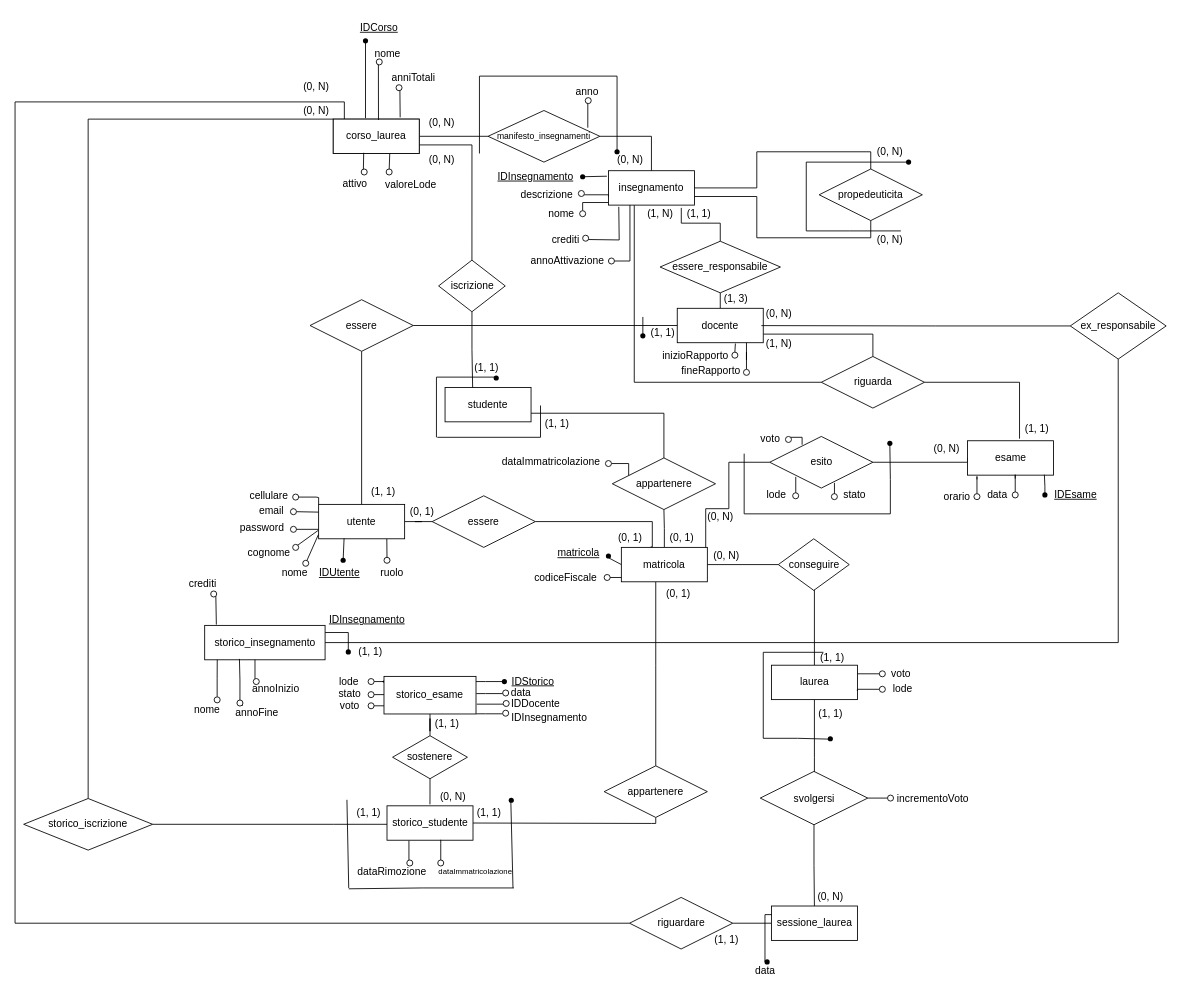
Earlier version of the draw.io diagram page "ER Ristrutturato" (2 of 2) of progetto/db/uni.drawio (michelebolis/UniversityExamSystem). Source tidied: cells renumbered, new cells numbered last; positions are measured from the earlier drawing's top-left corner, leaving out a move shared by most shapes. Both pictures are drawn from the tidied source at 86%, with x=0, y=0 at pixel (15, 15).
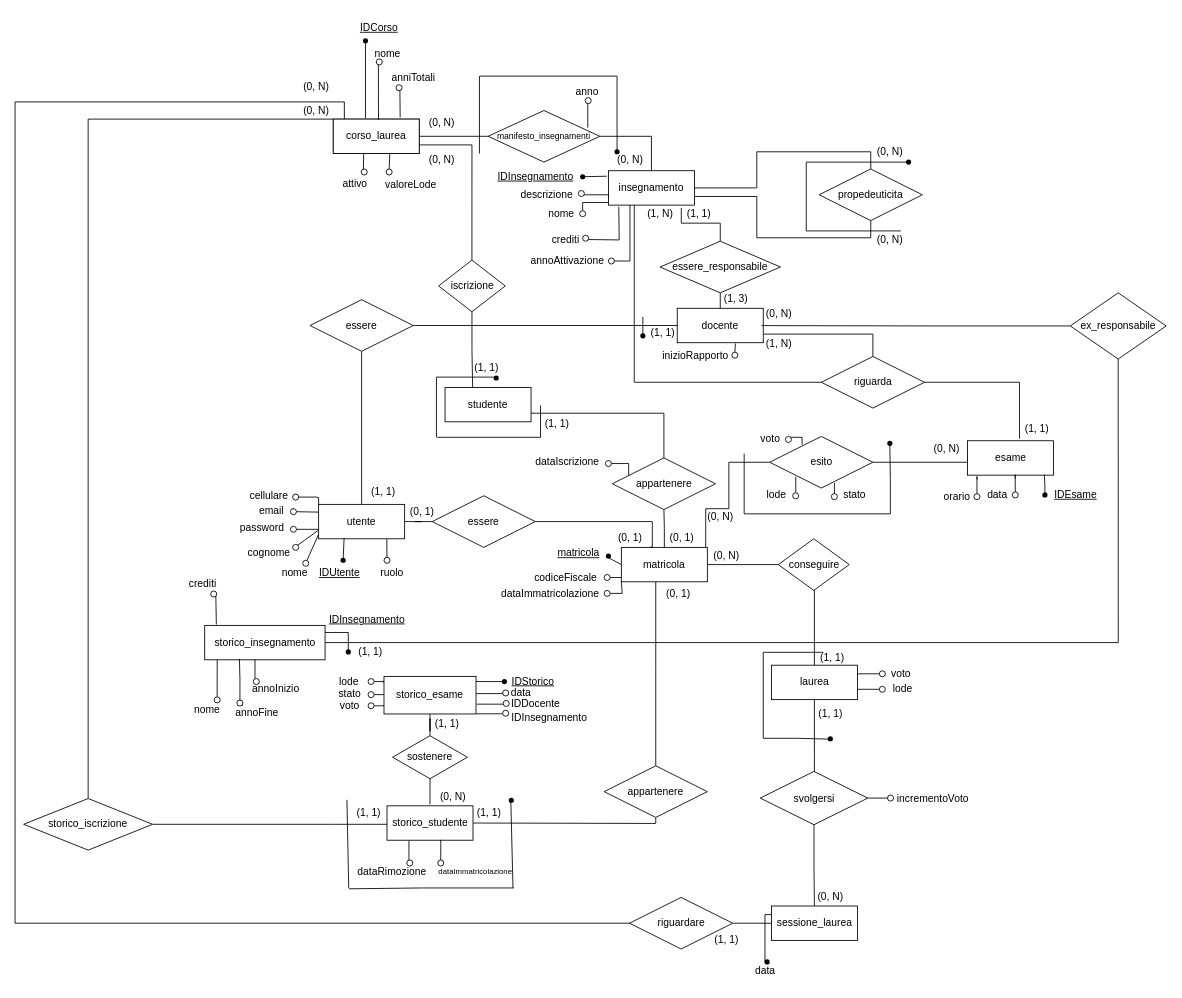
The same page after the edit.

Unchanged cells that the change refers to:
```xml
<mxCell id="8" value="docente" style="whiteSpace=wrap;html=1;align=center;" parent="1" vertex="1">
  <mxGeometry x="770" y="341" width="100" height="40" as="geometry" />
</mxCell>
```

The edit, as a diff of the source:
```diff
@@
-    <mxCell id="37" value="fineRapporto" style="text;html=1;align=center;verticalAlign=middle;strokeColor=none;fillColor=none;" parent="1" vertex="1">
-      <mxGeometry x="764" y="399" width="90" height="30" as="geometry" />
-    </mxCell>
@@
-    <mxCell id="178" value="dataImmatricolazione" style="text;html=1;align=center;verticalAlign=middle;strokeColor=none;fillColor=none;" parent="1" vertex="1">
-      <mxGeometry x="552.5" y="505" width="140" height="30" as="geometry" />
+    <mxCell id="178" value="dataIscrizione" style="text;html=1;align=center;verticalAlign=middle;strokeColor=none;fillColor=none;" parent="1" vertex="1">
+      <mxGeometry x="596" y="507" width="92" height="26" as="geometry" />
     </mxCell>
@@
-    <mxCell id="228" style="edgeStyle=orthogonalEdgeStyle;rounded=0;jettySize=auto;html=1;entryX=0.805;entryY=1;entryDx=0;entryDy=0;entryPerimeter=0;endArrow=none;endFill=0;" parent="1" edge="1" source="229" target="8">
-      <mxGeometry relative="1" as="geometry" />
-    </mxCell>
-    <mxCell id="229" style="ellipse;whiteSpace=wrap;html=1;" parent="1" vertex="1">
-      <mxGeometry x="847" y="412" width="7" height="7" as="geometry" />
-    </mxCell>
@@
+    <mxCell id="273" style="edgeStyle=orthogonalEdgeStyle;rounded=0;jettySize=auto;html=1;entryX=0;entryY=1;entryDx=0;entryDy=0;endArrow=none;endFill=0;" parent="1" edge="1" source="274">
+      <mxGeometry relative="1" as="geometry">
+        <mxPoint x="705" y="659" as="targetPoint" />
+        <Array as="points">
+          <mxPoint x="706" y="673" />
+          <mxPoint x="706" y="659" />
+        </Array>
+      </mxGeometry>
+    </mxCell>
+    <mxCell id="274" style="ellipse;whiteSpace=wrap;html=1;" parent="1" vertex="1">
+      <mxGeometry x="685" y="669" width="7" height="7" as="geometry" />
+    </mxCell>
+    <mxCell id="275" value="dataImmatricolazione" style="text;html=1;align=center;verticalAlign=middle;strokeColor=none;fillColor=none;" parent="1" vertex="1">
+      <mxGeometry x="556" y="660.2" width="132" height="26" as="geometry" />
+    </mxCell>
```
